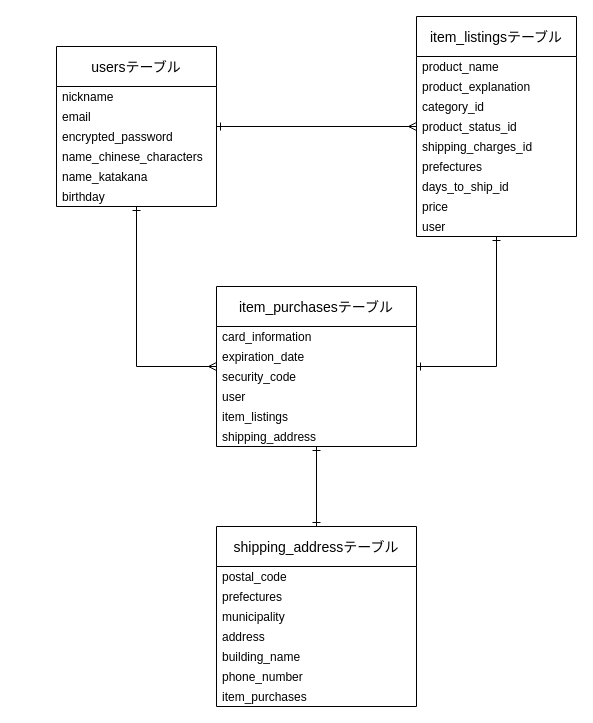
Earlier version of the draw.io diagram .dio (Necomabot/furima-32159). Source tidied: cells renumbered, new cells numbered last; positions are measured from the earlier drawing's top-left corner, leaving out a move shared by most shapes. Both pictures are drawn from the tidied source at 100%, with x=0, y=0 at pixel (56, 16).
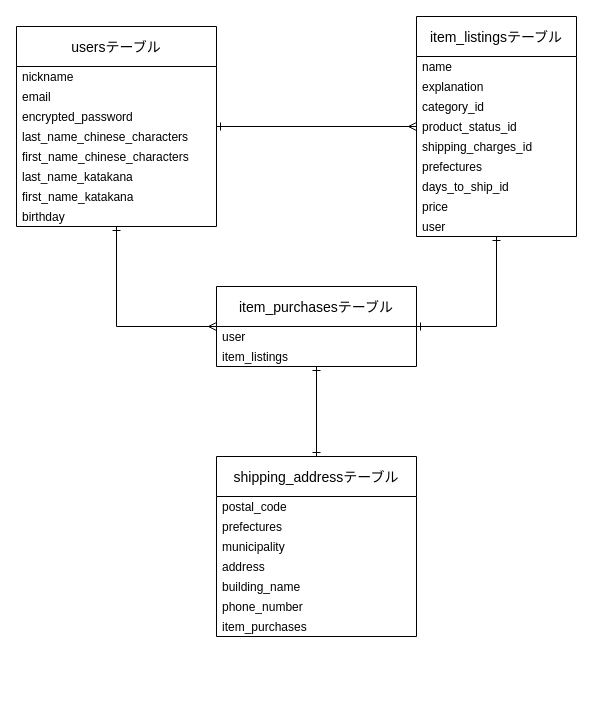
Above is the later version.

Unchanged cells that the change refers to:
```xml
<mxCell id="9" value="item_listingsテーブル" style="swimlane;fontStyle=0;horizontal=1;startSize=40;align=center;fontSize=14;" parent="1" vertex="1">
  <mxGeometry x="360" width="160" height="220" as="geometry" />
</mxCell>
```

Diff of the diagram source:
```diff
@@
     <mxCell id="2" value="usersテーブル" style="swimlane;fontStyle=0;horizontal=1;startSize=40;align=center;fontSize=14;" parent="1" vertex="1">
-      <mxGeometry y="30" width="160" height="160" as="geometry" />
+      <mxGeometry x="-40" y="10" width="200" height="200" as="geometry" />
     </mxCell>
     <mxCell id="3" value="nickname" style="text;strokeColor=none;fillColor=none;spacingLeft=4;spacingRight=4;overflow=hidden;fontSize=12;verticalAlign=middle;" parent="2" vertex="1">
-      <mxGeometry y="40" width="160" height="20" as="geometry" />
+      <mxGeometry y="40" width="200" height="20" as="geometry" />
     </mxCell>
     <mxCell id="4" value="email" style="text;strokeColor=none;fillColor=none;spacingLeft=4;spacingRight=4;overflow=hidden;fontSize=12;verticalAlign=middle;" parent="2" vertex="1">
-      <mxGeometry y="60" width="160" height="20" as="geometry" />
+      <mxGeometry y="60" width="200" height="20" as="geometry" />
     </mxCell>
     <mxCell id="5" value="encrypted_password" style="text;strokeColor=none;fillColor=none;spacingLeft=4;spacingRight=4;overflow=hidden;fontSize=12;verticalAlign=middle;" parent="2" vertex="1">
-      <mxGeometry y="80" width="160" height="20" as="geometry" />
+      <mxGeometry y="80" width="200" height="20" as="geometry" />
     </mxCell>
-    <mxCell id="6" value="name_chinese_characters" style="text;strokeColor=none;fillColor=none;spacingLeft=4;spacingRight=4;overflow=hidden;fontSize=12;verticalAlign=middle;" parent="2" vertex="1">
-      <mxGeometry y="100" width="160" height="20" as="geometry" />
+    <mxCell id="6" value="last_name_chinese_characters" style="text;strokeColor=none;fillColor=none;spacingLeft=4;spacingRight=4;overflow=hidden;fontSize=12;verticalAlign=middle;" parent="2" vertex="1">
+      <mxGeometry y="100" width="200" height="20" as="geometry" />
     </mxCell>
+    <mxCell id="38" value="first_name_chinese_characters" style="text;strokeColor=none;fillColor=none;spacingLeft=4;spacingRight=4;overflow=hidden;fontSize=12;verticalAlign=middle;" parent="2" vertex="1">
+      <mxGeometry y="120" width="200" height="20" as="geometry" />
+    </mxCell>
+    <mxCell id="39" value="last_name_katakana" style="text;strokeColor=none;fillColor=none;spacingLeft=4;spacingRight=4;overflow=hidden;fontSize=12;verticalAlign=middle;" parent="2" vertex="1">
+      <mxGeometry y="140" width="200" height="20" as="geometry" />
+    </mxCell>
-    <mxCell id="7" value="name_katakana" style="text;strokeColor=none;fillColor=none;spacingLeft=4;spacingRight=4;overflow=hidden;fontSize=12;verticalAlign=middle;" parent="2" vertex="1">
-      <mxGeometry y="120" width="160" height="20" as="geometry" />
+    <mxCell id="7" value="first_name_katakana" style="text;strokeColor=none;fillColor=none;spacingLeft=4;spacingRight=4;overflow=hidden;fontSize=12;verticalAlign=middle;" parent="2" vertex="1">
+      <mxGeometry y="160" width="200" height="20" as="geometry" />
     </mxCell>
     <mxCell id="8" value="birthday" style="text;strokeColor=none;fillColor=none;spacingLeft=4;spacingRight=4;overflow=hidden;fontSize=12;verticalAlign=middle;" parent="2" vertex="1">
-      <mxGeometry y="140" width="160" height="20" as="geometry" />
+      <mxGeometry y="180" width="200" height="20" as="geometry" />
     </mxCell>
@@
-    <mxCell id="10" value="product_name" style="text;strokeColor=none;fillColor=none;spacingLeft=4;spacingRight=4;overflow=hidden;fontSize=12;verticalAlign=middle;" parent="9" vertex="1">
+    <mxCell id="10" value="name" style="text;strokeColor=none;fillColor=none;spacingLeft=4;spacingRight=4;overflow=hidden;fontSize=12;verticalAlign=middle;" parent="9" vertex="1">
       <mxGeometry y="40" width="160" height="20" as="geometry" />
     </mxCell>
-    <mxCell id="11" value="product_explanation" style="text;strokeColor=none;fillColor=none;spacingLeft=4;spacingRight=4;overflow=hidden;fontSize=12;verticalAlign=middle;" parent="9" vertex="1">
+    <mxCell id="11" value="explanation" style="text;strokeColor=none;fillColor=none;spacingLeft=4;spacingRight=4;overflow=hidden;fontSize=12;verticalAlign=middle;" parent="9" vertex="1">
       <mxGeometry y="60" width="160" height="20" as="geometry" />
     </mxCell>
@@
     <mxCell id="19" value="item_purchasesテーブル" style="swimlane;fontStyle=0;horizontal=1;startSize=40;align=center;fontSize=14;" parent="1" vertex="1">
-      <mxGeometry x="160" y="270" width="200" height="160" as="geometry" />
+      <mxGeometry x="160" y="270" width="200" height="80" as="geometry" />
     </mxCell>
-    <mxCell id="20" value="card_information" style="text;strokeColor=none;fillColor=none;spacingLeft=4;spacingRight=4;overflow=hidden;fontSize=12;verticalAlign=middle;" parent="19" vertex="1">
-      <mxGeometry y="40" width="200" height="20" as="geometry" />
-    </mxCell>
-    <mxCell id="21" value="expiration_date" style="text;strokeColor=none;fillColor=none;spacingLeft=4;spacingRight=4;overflow=hidden;fontSize=12;verticalAlign=middle;" parent="19" vertex="1">
-      <mxGeometry y="60" width="200" height="20" as="geometry" />
-    </mxCell>
-    <mxCell id="22" value="security_code" style="text;strokeColor=none;fillColor=none;spacingLeft=4;spacingRight=4;overflow=hidden;fontSize=12;verticalAlign=middle;" parent="19" vertex="1">
-      <mxGeometry y="80" width="200" height="20" as="geometry" />
-    </mxCell>
     <mxCell id="23" value="user" style="text;strokeColor=none;fillColor=none;spacingLeft=4;spacingRight=4;overflow=hidden;fontSize=12;verticalAlign=middle;" parent="19" vertex="1">
-      <mxGeometry y="100" width="200" height="20" as="geometry" />
+      <mxGeometry y="40" width="200" height="20" as="geometry" />
     </mxCell>
     <mxCell id="24" value="item_listings" style="text;strokeColor=none;fillColor=none;spacingLeft=4;spacingRight=4;overflow=hidden;fontSize=12;verticalAlign=middle;" parent="19" vertex="1">
-      <mxGeometry y="120" width="200" height="20" as="geometry" />
+      <mxGeometry y="60" width="200" height="20" as="geometry" />
     </mxCell>
-    <mxCell id="25" value="shipping_address" style="text;strokeColor=none;fillColor=none;spacingLeft=4;spacingRight=4;overflow=hidden;fontSize=12;verticalAlign=middle;" parent="19" vertex="1">
-      <mxGeometry y="140" width="200" height="20" as="geometry" />
-    </mxCell>
     <mxCell id="26" value="shipping_addressテーブル" style="swimlane;fontStyle=0;horizontal=1;startSize=40;align=center;fontSize=14;" parent="1" vertex="1">
-      <mxGeometry x="160" y="510" width="200" height="180" as="geometry" />
+      <mxGeometry x="160" y="440" width="200" height="180" as="geometry" />
     </mxCell>
@@
     <mxCell id="35" style="endArrow=ERmany;html=1;rounded=0;startArrow=ERone;startFill=0;endFill=0;" parent="1" edge="1" source="2" target="19">
       <mxGeometry relative="1" as="geometry">
         <Array as="points">
-          <mxPoint x="80" y="350" />
+          <mxPoint x="60" y="310" />
         </Array>
       </mxGeometry>
     </mxCell>
     <mxCell id="36" style="endArrow=ERone;html=1;rounded=0;startArrow=ERone;startFill=0;endFill=0;" parent="1" edge="1" source="9" target="19">
       <mxGeometry relative="1" as="geometry">
         <Array as="points">
-          <mxPoint x="440" y="350" />
+          <mxPoint x="440" y="310" />
         </Array>
       </mxGeometry>
     </mxCell>
```
